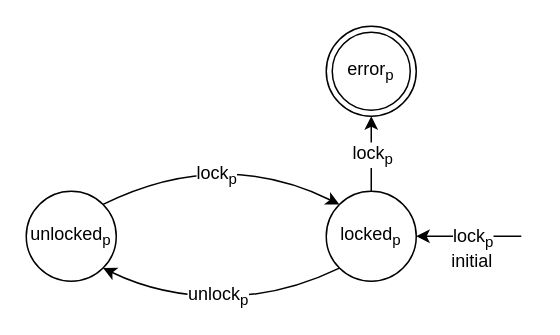
This is background/figures/double-lock.drawio from andersfischernielsen/Finding-Resource-Manipulation-Bugs-with-Monitor-Automata-on-the-Example-of-the-Linux-Kernel, a draw.io file, before an edit. Source tidied: cells renumbered, new cells numbered last; positions are measured from the earlier drawing's top-left corner, leaving out a move shared by most shapes. Both pictures are drawn from the tidied source at 150%, with x=0, y=0 at pixel (26, 26).
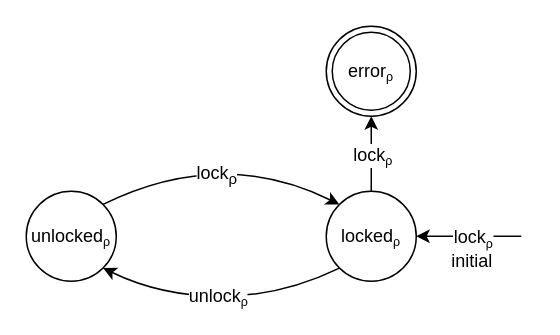
The same diagram, later.

The edit, as a diff of the source:
```diff
@@
 <mxGraphModel>
   <root>
     <mxCell id="0" />
     <mxCell id="1" parent="0" />
-    <mxCell id="2" value="unlocked&lt;sub&gt;p&lt;/sub&gt;" style="ellipse;whiteSpace=wrap;html=1;" parent="1" vertex="1">
+    <mxCell id="2" value="unlocked&lt;span style=&quot;font-size: 10px&quot;&gt;&lt;sub&gt;ρ&lt;/sub&gt;&lt;/span&gt;" style="ellipse;whiteSpace=wrap;html=1;" parent="1" vertex="1">
       <mxGeometry y="110" width="60" height="60" as="geometry" />
     </mxCell>
     <mxCell id="3" style="endArrow=classic;html=1;entryX=1;entryY=0.5;entryDx=0;entryDy=0;" parent="1" edge="1" target="8">
       <mxGeometry relative="1" as="geometry">
         <mxPoint x="330" y="140" as="sourcePoint" />
       </mxGeometry>
     </mxCell>
-    <mxCell id="4" value="lock&lt;sub&gt;p&lt;/sub&gt;" style="text;html=1;align=center;verticalAlign=middle;labelBackgroundColor=#ffffff;" parent="3" vertex="1">
+    <mxCell id="4" value="lock&lt;span style=&quot;font-size: 10px&quot;&gt;&lt;sub&gt;ρ&lt;/sub&gt;&lt;/span&gt;" style="text;html=1;align=center;verticalAlign=middle;labelBackgroundColor=#ffffff;" parent="3" vertex="1">
       <mxGeometry x="-0.06" relative="1" as="geometry" />
     </mxCell>
     <mxCell id="5" value="initial" style="text;html=1;align=center;verticalAlign=middle;labelBackgroundColor=#ffffff;" parent="3" vertex="1">
       <mxGeometry x="-0.73" y="-1" relative="1" as="geometry">
         <mxPoint x="-24.5" y="17" as="offset" />
       </mxGeometry>
     </mxCell>
     <mxCell id="6" style="endArrow=classic;html=1;exitX=0.5;exitY=0;exitDx=0;exitDy=0;entryX=0.5;entryY=1;entryDx=0;entryDy=0;" parent="1" edge="1">
       <mxGeometry relative="1" as="geometry">
         <mxPoint x="230" y="110" as="sourcePoint" />
         <mxPoint x="230" y="60" as="targetPoint" />
       </mxGeometry>
     </mxCell>
-    <mxCell id="7" value="lock&lt;sub&gt;p&lt;/sub&gt;" style="text;html=1;align=center;verticalAlign=middle;labelBackgroundColor=#ffffff;" parent="6" vertex="1">
+    <mxCell id="7" value="lock&lt;span style=&quot;font-size: 10px&quot;&gt;&lt;sub&gt;ρ&lt;/sub&gt;&lt;/span&gt;" style="text;html=1;align=center;verticalAlign=middle;labelBackgroundColor=#ffffff;" parent="6" vertex="1">
       <mxGeometry x="0.48" y="-2" relative="1" as="geometry">
         <mxPoint x="-2" y="12" as="offset" />
       </mxGeometry>
     </mxCell>
-    <mxCell id="8" value="locked&lt;sub&gt;p&lt;/sub&gt;" style="ellipse;whiteSpace=wrap;html=1;" parent="1" vertex="1">
+    <mxCell id="8" value="locked&lt;span style=&quot;font-size: 10px&quot;&gt;&lt;sub&gt;ρ&lt;/sub&gt;&lt;/span&gt;" style="ellipse;whiteSpace=wrap;html=1;" parent="1" vertex="1">
       <mxGeometry x="200" y="110" width="60" height="60" as="geometry" />
     </mxCell>
     <mxCell id="9" style="curved=1;endArrow=classic;html=1;exitX=1;exitY=0;exitDx=0;exitDy=0;entryX=0;entryY=0;entryDx=0;entryDy=0;" parent="1" edge="1" source="2" target="8">
       <mxGeometry relative="1" as="geometry">
         <Array as="points">
           <mxPoint x="130" y="80" />
         </Array>
       </mxGeometry>
     </mxCell>
-    <mxCell id="10" value="&lt;div&gt;lock&lt;sub&gt;p&lt;/sub&gt;&lt;/div&gt;" style="text;html=1;align=center;verticalAlign=middle;labelBackgroundColor=#ffffff;" parent="9" vertex="1">
+    <mxCell id="10" value="&lt;div&gt;lock&lt;sub&gt;ρ&lt;/sub&gt;&lt;/div&gt;" style="text;html=1;align=center;verticalAlign=middle;labelBackgroundColor=#ffffff;" parent="9" vertex="1">
       <mxGeometry x="-0.14" y="-15" relative="1" as="geometry" />
     </mxCell>
     <mxCell id="11" style="curved=1;endArrow=classic;html=1;entryX=1;entryY=1;entryDx=0;entryDy=0;exitX=0;exitY=1;exitDx=0;exitDy=0;" parent="1" edge="1" source="8" target="2">
       <mxGeometry relative="1" as="geometry">
         <Array as="points">
           <mxPoint x="170" y="180" />
           <mxPoint x="90" y="180" />
         </Array>
       </mxGeometry>
     </mxCell>
-    <mxCell id="12" value="unlock&lt;sub&gt;p&lt;/sub&gt;" style="text;html=1;align=center;verticalAlign=middle;labelBackgroundColor=#ffffff;" parent="11" vertex="1">
+    <mxCell id="12" value="unlock&lt;span style=&quot;font-size: 10px&quot;&gt;&lt;sub&gt;ρ&lt;/sub&gt;&lt;/span&gt;" style="text;html=1;align=center;verticalAlign=middle;labelBackgroundColor=#ffffff;" parent="11" vertex="1">
       <mxGeometry x="0.04" y="-1" relative="1" as="geometry" />
     </mxCell>
-    <mxCell id="13" value="error&lt;sub&gt;p&lt;/sub&gt;" style="ellipse;shape=doubleEllipse;whiteSpace=wrap;html=1;" parent="1" vertex="1">
+    <mxCell id="13" value="error&lt;span style=&quot;font-size: 10px&quot;&gt;&lt;sub&gt;ρ&lt;/sub&gt;&lt;/span&gt;" style="ellipse;shape=doubleEllipse;whiteSpace=wrap;html=1;" parent="1" vertex="1">
       <mxGeometry x="200" width="60" height="60" as="geometry" />
     </mxCell>
   </root>
 </mxGraphModel>
```
